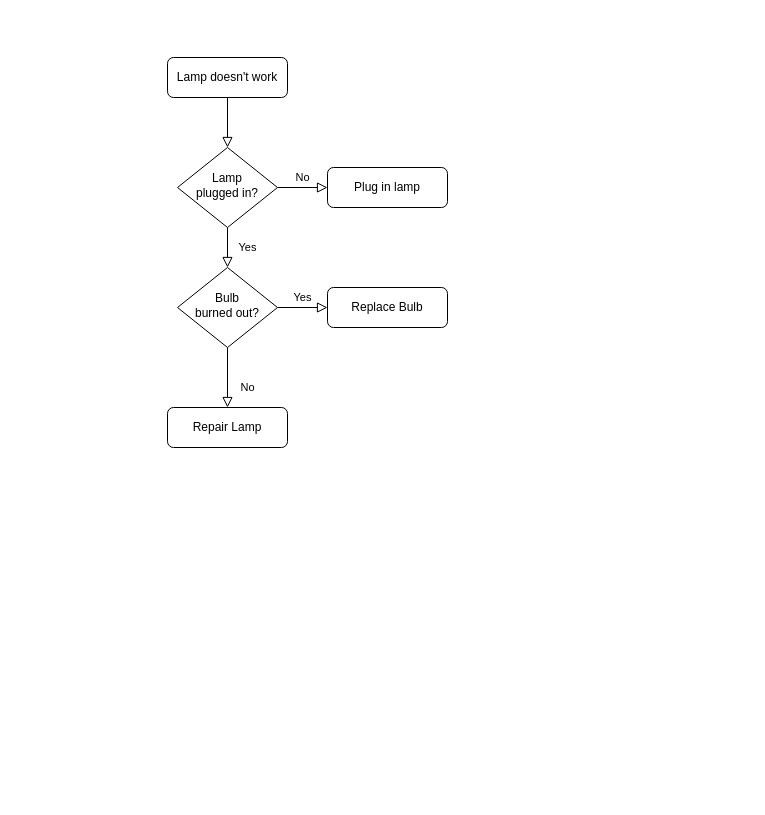
Above: Diagrama sem nome.drawio in nervaljunior/arquitetura-de-computadores (draw.io), before the change. Source tidied: cells renumbered, new cells numbered last; positions are measured from the earlier drawing's top-left corner, leaving out a move shared by most shapes. Both pictures are drawn from the tidied source at 100%, with x=0, y=0 at pixel (167, 57).
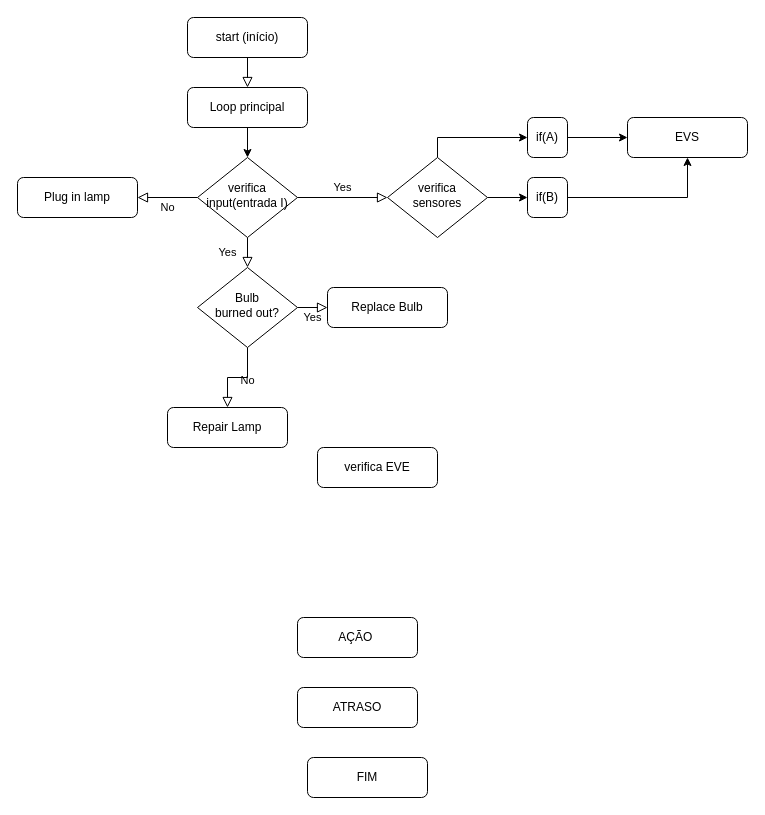
After the change.

Change to the diagram source:
```diff
@@
-    <mxCell id="2" style="rounded=0;html=1;jettySize=auto;fontSize=11;endArrow=block;endFill=0;endSize=8;strokeWidth=1;shadow=0;labelBackgroundColor=none;edgeStyle=orthogonalEdgeStyle;" parent="1" edge="1" source="3" target="6">
+    <mxCell id="2" style="rounded=0;html=1;jettySize=auto;fontSize=11;endArrow=block;endFill=0;endSize=8;strokeWidth=1;shadow=0;labelBackgroundColor=none;edgeStyle=orthogonalEdgeStyle;entryX=0.5;entryY=0;entryDx=0;entryDy=0;" parent="1" edge="1" source="3" target="14">
       <mxGeometry relative="1" as="geometry" />
     </mxCell>
-    <mxCell id="3" value="Lamp doesn't work" style="rounded=1;whiteSpace=wrap;html=1;fontSize=12;glass=0;strokeWidth=1;shadow=0;" parent="1" vertex="1">
-      <mxGeometry width="120" height="40" as="geometry" />
+    <mxCell id="3" value="start (início)" style="rounded=1;whiteSpace=wrap;html=1;fontSize=12;glass=0;strokeWidth=1;shadow=0;" parent="1" vertex="1">
+      <mxGeometry x="20" y="-40" width="120" height="40" as="geometry" />
     </mxCell>
@@
-    <mxCell id="6" value="Lamp&lt;br&gt;plugged in?" style="rhombus;whiteSpace=wrap;html=1;shadow=0;fontFamily=Helvetica;fontSize=12;align=center;strokeWidth=1;spacing=6;spacingTop=-4;" parent="1" vertex="1">
-      <mxGeometry x="10" y="90" width="100" height="80" as="geometry" />
+    <mxCell id="6" value="verifica input(entrada I)" style="rhombus;whiteSpace=wrap;html=1;shadow=0;fontFamily=Helvetica;fontSize=12;align=center;strokeWidth=1;spacing=6;spacingTop=-4;" parent="1" vertex="1">
+      <mxGeometry x="30" y="100" width="100" height="80" as="geometry" />
     </mxCell>
     <mxCell id="7" value="Plug in lamp" style="rounded=1;whiteSpace=wrap;html=1;fontSize=12;glass=0;strokeWidth=1;shadow=0;" parent="1" vertex="1">
-      <mxGeometry x="160" y="110" width="120" height="40" as="geometry" />
+      <mxGeometry x="-150" y="120" width="120" height="40" as="geometry" />
     </mxCell>
@@
     <mxCell id="10" value="Bulb&lt;br&gt;burned out?" style="rhombus;whiteSpace=wrap;html=1;shadow=0;fontFamily=Helvetica;fontSize=12;align=center;strokeWidth=1;spacing=6;spacingTop=-4;" parent="1" vertex="1">
-      <mxGeometry x="10" y="210" width="100" height="80" as="geometry" />
+      <mxGeometry x="30" y="210" width="100" height="80" as="geometry" />
     </mxCell>
@@
+    <mxCell id="13" style="edgeStyle=orthogonalEdgeStyle;rounded=0;jettySize=auto;html=1;exitX=0.5;exitY=1;exitDx=0;exitDy=0;entryX=0.5;entryY=0;entryDx=0;entryDy=0;" parent="1" edge="1" source="14" target="6">
+      <mxGeometry relative="1" as="geometry" />
+    </mxCell>
+    <mxCell id="14" value="Loop principal" style="rounded=1;whiteSpace=wrap;html=1;fontSize=12;glass=0;strokeWidth=1;shadow=0;" parent="1" vertex="1">
+      <mxGeometry x="20" y="30" width="120" height="40" as="geometry" />
+    </mxCell>
+    <mxCell id="15" value="Yes" style="edgeStyle=orthogonalEdgeStyle;rounded=0;html=1;jettySize=auto;fontSize=11;endArrow=block;endFill=0;endSize=8;strokeWidth=1;shadow=0;labelBackgroundColor=none;exitX=1;exitY=0.5;exitDx=0;exitDy=0;entryX=0;entryY=0.5;entryDx=0;entryDy=0;" parent="1" edge="1" source="6" target="23">
+      <mxGeometry y="10" relative="1" as="geometry" />
+    </mxCell>
+    <mxCell id="16" value="EVS" style="rounded=1;whiteSpace=wrap;html=1;fontSize=12;glass=0;strokeWidth=1;shadow=0;" parent="1" vertex="1">
+      <mxGeometry x="460" y="60" width="120" height="40" as="geometry" />
+    </mxCell>
+    <mxCell id="17" value="verifica EVE" style="rounded=1;whiteSpace=wrap;html=1;fontSize=12;glass=0;strokeWidth=1;shadow=0;" parent="1" vertex="1">
+      <mxGeometry x="150" y="390" width="120" height="40" as="geometry" />
+    </mxCell>
+    <mxCell id="18" value="AÇÃO&amp;nbsp;" style="rounded=1;whiteSpace=wrap;html=1;fontSize=12;glass=0;strokeWidth=1;shadow=0;" parent="1" vertex="1">
+      <mxGeometry x="130" y="560" width="120" height="40" as="geometry" />
+    </mxCell>
+    <mxCell id="19" value="ATRASO&lt;br&gt;" style="rounded=1;whiteSpace=wrap;html=1;fontSize=12;glass=0;strokeWidth=1;shadow=0;" parent="1" vertex="1">
+      <mxGeometry x="130" y="630" width="120" height="40" as="geometry" />
+    </mxCell>
+    <mxCell id="20" value="FIM" style="rounded=1;whiteSpace=wrap;html=1;fontSize=12;glass=0;strokeWidth=1;shadow=0;" parent="1" vertex="1">
+      <mxGeometry x="140" y="700" width="120" height="40" as="geometry" />
+    </mxCell>
+    <mxCell id="21" style="edgeStyle=orthogonalEdgeStyle;rounded=0;jettySize=auto;html=1;exitX=0.5;exitY=0;exitDx=0;exitDy=0;entryX=0;entryY=0.5;entryDx=0;entryDy=0;" parent="1" edge="1" source="23" target="25">
+      <mxGeometry relative="1" as="geometry" />
+    </mxCell>
+    <mxCell id="22" style="edgeStyle=orthogonalEdgeStyle;rounded=0;jettySize=auto;html=1;exitX=1;exitY=0.5;exitDx=0;exitDy=0;entryX=0;entryY=0.5;entryDx=0;entryDy=0;" parent="1" edge="1" source="23" target="27">
+      <mxGeometry relative="1" as="geometry" />
+    </mxCell>
+    <mxCell id="23" value="verifica sensores" style="rhombus;whiteSpace=wrap;html=1;shadow=0;fontFamily=Helvetica;fontSize=12;align=center;strokeWidth=1;spacing=6;spacingTop=-4;" parent="1" vertex="1">
+      <mxGeometry x="220" y="100" width="100" height="80" as="geometry" />
+    </mxCell>
+    <mxCell id="24" style="edgeStyle=orthogonalEdgeStyle;rounded=0;jettySize=auto;html=1;exitX=1;exitY=0.5;exitDx=0;exitDy=0;entryX=0;entryY=0.5;entryDx=0;entryDy=0;" parent="1" edge="1" source="25" target="16">
+      <mxGeometry relative="1" as="geometry" />
+    </mxCell>
+    <mxCell id="25" value="if(A)" style="rounded=1;whiteSpace=wrap;html=1;fontSize=12;glass=0;strokeWidth=1;shadow=0;" parent="1" vertex="1">
+      <mxGeometry x="360" y="60" width="40" height="40" as="geometry" />
+    </mxCell>
+    <mxCell id="26" style="edgeStyle=orthogonalEdgeStyle;rounded=0;jettySize=auto;html=1;exitX=1;exitY=0.5;exitDx=0;exitDy=0;entryX=0.5;entryY=1;entryDx=0;entryDy=0;" parent="1" edge="1" source="27" target="16">
+      <mxGeometry relative="1" as="geometry" />
+    </mxCell>
+    <mxCell id="27" value="if(B)" style="rounded=1;whiteSpace=wrap;html=1;fontSize=12;glass=0;strokeWidth=1;shadow=0;" parent="1" vertex="1">
+      <mxGeometry x="360" y="120" width="40" height="40" as="geometry" />
+    </mxCell>
```
